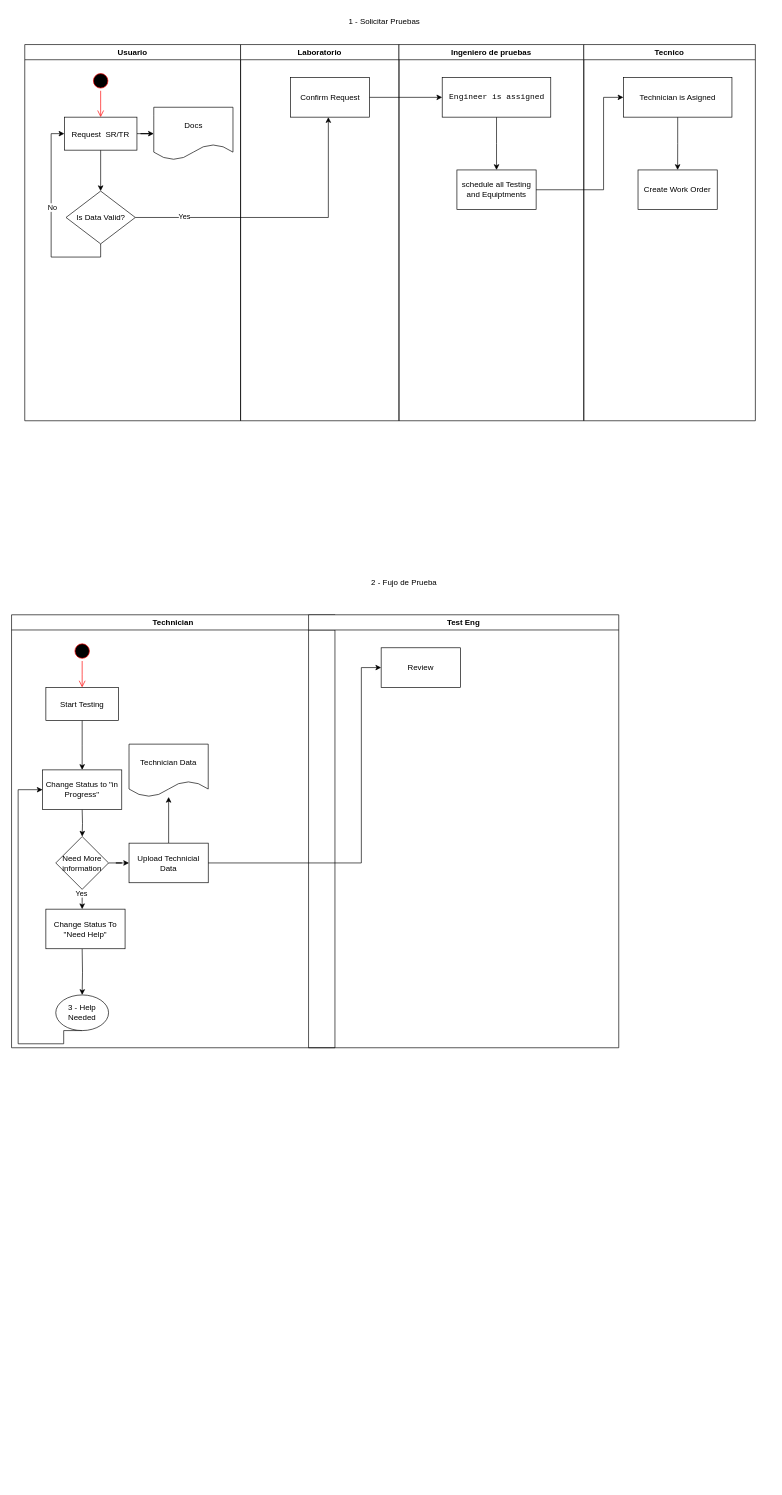
This is RelabTestPortal.drawio from byok22/Relab, a draw.io file, before an edit. Source tidied: cells renumbered, new cells numbered last; positions are measured from the earlier drawing's top-left corner, leaving out a move shared by most shapes. Both pictures are drawn from the tidied source at 66%, with x=0, y=0 at pixel (11, 11).
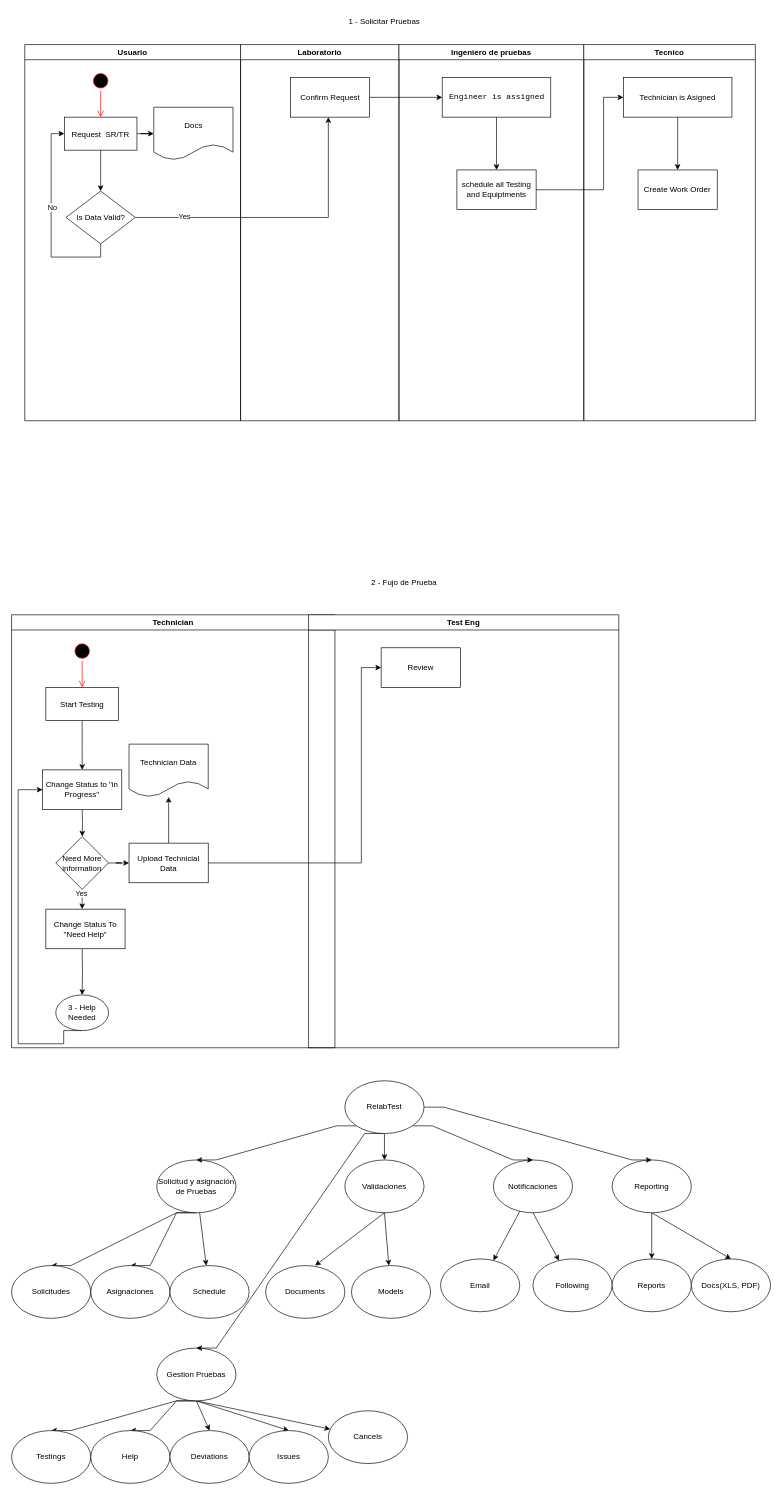
After the change.

What changed in the source:
```diff
@@
+    <mxCell id="49" style="edgeStyle=entityRelationEdgeStyle;rounded=0;jettySize=auto;html=1;exitX=0.5;exitY=1;exitDx=0;exitDy=0;entryX=0.5;entryY=0;entryDx=0;entryDy=0;" parent="1" edge="1" source="52" target="71">
+      <mxGeometry relative="1" as="geometry" />
+    </mxCell>
+    <mxCell id="50" style="edgeStyle=entityRelationEdgeStyle;rounded=0;jettySize=auto;html=1;exitX=0.5;exitY=1;exitDx=0;exitDy=0;entryX=0.5;entryY=0;entryDx=0;entryDy=0;" parent="1" edge="1" source="52" target="72">
+      <mxGeometry relative="1" as="geometry" />
+    </mxCell>
+    <mxCell id="51" style="edgeStyle=none;rounded=0;jettySize=auto;html=1;" parent="1" edge="1" source="52" target="77">
+      <mxGeometry relative="1" as="geometry" />
+    </mxCell>
+    <mxCell id="52" value="&lt;div&gt;Solicitud y asignación de Pruebas&lt;/div&gt;" style="ellipse;whiteSpace=wrap;html=1;" parent="1" vertex="1">
+      <mxGeometry x="220" y="1740" width="120" height="80" as="geometry" />
+    </mxCell>
+    <mxCell id="53" style="edgeStyle=none;rounded=0;jettySize=auto;html=1;" parent="1" edge="1" source="55" target="83">
+      <mxGeometry relative="1" as="geometry" />
+    </mxCell>
+    <mxCell id="54" style="edgeStyle=none;rounded=0;jettySize=auto;html=1;exitX=0.5;exitY=1;exitDx=0;exitDy=0;" parent="1" edge="1" source="55" target="84">
+      <mxGeometry relative="1" as="geometry" />
+    </mxCell>
+    <mxCell id="55" value="&lt;div&gt;Notificaciones&lt;/div&gt;" style="ellipse;whiteSpace=wrap;html=1;" parent="1" vertex="1">
+      <mxGeometry x="730" y="1740" width="120" height="80" as="geometry" />
+    </mxCell>
+    <mxCell id="56" style="edgeStyle=none;rounded=0;jettySize=auto;html=1;exitX=0.5;exitY=1;exitDx=0;exitDy=0;" parent="1" edge="1" source="58" target="86">
+      <mxGeometry relative="1" as="geometry" />
+    </mxCell>
+    <mxCell id="57" style="edgeStyle=none;rounded=0;jettySize=auto;html=1;exitX=0.5;exitY=1;exitDx=0;exitDy=0;entryX=0.5;entryY=0;entryDx=0;entryDy=0;" parent="1" edge="1" source="58" target="87">
+      <mxGeometry relative="1" as="geometry" />
+    </mxCell>
+    <mxCell id="58" value="Reporting" style="ellipse;whiteSpace=wrap;html=1;" parent="1" vertex="1">
+      <mxGeometry x="910" y="1740" width="120" height="80" as="geometry" />
+    </mxCell>
+    <mxCell id="59" style="edgeStyle=entityRelationEdgeStyle;rounded=0;jettySize=auto;html=1;exitX=0.5;exitY=1;exitDx=0;exitDy=0;entryX=0.5;entryY=0;entryDx=0;entryDy=0;" parent="1" edge="1" source="64" target="73">
+      <mxGeometry relative="1" as="geometry" />
+    </mxCell>
+    <mxCell id="60" style="edgeStyle=entityRelationEdgeStyle;rounded=0;jettySize=auto;html=1;exitX=0.5;exitY=1;exitDx=0;exitDy=0;entryX=0.5;entryY=0;entryDx=0;entryDy=0;" parent="1" edge="1" source="64" target="74">
+      <mxGeometry relative="1" as="geometry" />
+    </mxCell>
+    <mxCell id="61" style="edgeStyle=none;rounded=0;jettySize=auto;html=1;exitX=0.5;exitY=1;exitDx=0;exitDy=0;entryX=0.5;entryY=0;entryDx=0;entryDy=0;" parent="1" edge="1" source="64" target="78">
+      <mxGeometry relative="1" as="geometry" />
+    </mxCell>
+    <mxCell id="62" style="edgeStyle=none;rounded=0;jettySize=auto;html=1;exitX=0.5;exitY=1;exitDx=0;exitDy=0;entryX=0.5;entryY=0;entryDx=0;entryDy=0;" parent="1" edge="1" source="64" target="79">
+      <mxGeometry relative="1" as="geometry" />
+    </mxCell>
+    <mxCell id="63" style="edgeStyle=none;rounded=0;jettySize=auto;html=1;exitX=0.5;exitY=1;exitDx=0;exitDy=0;" parent="1" edge="1" source="64" target="85">
+      <mxGeometry relative="1" as="geometry" />
+    </mxCell>
+    <mxCell id="64" value="Gestion Pruebas" style="ellipse;whiteSpace=wrap;html=1;" parent="1" vertex="1">
+      <mxGeometry x="220" y="2025" width="120" height="80" as="geometry" />
+    </mxCell>
+    <mxCell id="65" style="edgeStyle=entityRelationEdgeStyle;rounded=0;jettySize=auto;html=1;exitX=0;exitY=1;exitDx=0;exitDy=0;entryX=0.5;entryY=0;entryDx=0;entryDy=0;" parent="1" edge="1" source="70" target="52">
+      <mxGeometry relative="1" as="geometry" />
+    </mxCell>
+    <mxCell id="66" style="edgeStyle=entityRelationEdgeStyle;rounded=0;jettySize=auto;html=1;exitX=0.5;exitY=1;exitDx=0;exitDy=0;entryX=0.5;entryY=0;entryDx=0;entryDy=0;" parent="1" edge="1" source="70" target="64">
+      <mxGeometry relative="1" as="geometry" />
+    </mxCell>
+    <mxCell id="67" style="edgeStyle=entityRelationEdgeStyle;rounded=0;jettySize=auto;html=1;exitX=1;exitY=1;exitDx=0;exitDy=0;entryX=0.5;entryY=0;entryDx=0;entryDy=0;" parent="1" edge="1" source="70" target="55">
+      <mxGeometry relative="1" as="geometry">
+        <Array as="points">
+          <mxPoint x="640" y="1770" />
+          <mxPoint x="640" y="1770" />
+          <mxPoint x="660" y="1770" />
+        </Array>
+      </mxGeometry>
+    </mxCell>
+    <mxCell id="68" style="edgeStyle=entityRelationEdgeStyle;rounded=0;jettySize=auto;html=1;exitX=1;exitY=0.5;exitDx=0;exitDy=0;entryX=0.5;entryY=0;entryDx=0;entryDy=0;" parent="1" edge="1" source="70" target="58">
+      <mxGeometry relative="1" as="geometry" />
+    </mxCell>
+    <mxCell id="69" style="edgeStyle=none;rounded=0;jettySize=auto;html=1;exitX=0.5;exitY=1;exitDx=0;exitDy=0;" parent="1" edge="1" source="70" target="76">
+      <mxGeometry relative="1" as="geometry" />
+    </mxCell>
+    <mxCell id="70" value="RelabTest" style="ellipse;whiteSpace=wrap;html=1;" parent="1" vertex="1">
+      <mxGeometry x="505" y="1620" width="120" height="80" as="geometry" />
+    </mxCell>
+    <mxCell id="71" value="Solicitudes" style="ellipse;whiteSpace=wrap;html=1;" parent="1" vertex="1">
+      <mxGeometry y="1900" width="120" height="80" as="geometry" />
+    </mxCell>
+    <mxCell id="72" value="Asignaciones" style="ellipse;whiteSpace=wrap;html=1;" parent="1" vertex="1">
+      <mxGeometry x="120" y="1900" width="120" height="80" as="geometry" />
+    </mxCell>
+    <mxCell id="73" value="Testings" style="ellipse;whiteSpace=wrap;html=1;" parent="1" vertex="1">
+      <mxGeometry y="2150" width="120" height="80" as="geometry" />
+    </mxCell>
+    <mxCell id="74" value="Help " style="ellipse;whiteSpace=wrap;html=1;" parent="1" vertex="1">
+      <mxGeometry x="120" y="2150" width="120" height="80" as="geometry" />
+    </mxCell>
+    <mxCell id="75" style="edgeStyle=none;rounded=0;jettySize=auto;html=1;exitX=0.5;exitY=1;exitDx=0;exitDy=0;" parent="1" edge="1" source="76" target="82">
+      <mxGeometry relative="1" as="geometry" />
+    </mxCell>
+    <mxCell id="76" value="Validaciones " style="ellipse;whiteSpace=wrap;html=1;" parent="1" vertex="1">
+      <mxGeometry x="505" y="1740" width="120" height="80" as="geometry" />
+    </mxCell>
+    <mxCell id="77" value="Schedule" style="ellipse;whiteSpace=wrap;html=1;" parent="1" vertex="1">
+      <mxGeometry x="240" y="1900" width="120" height="80" as="geometry" />
+    </mxCell>
+    <mxCell id="78" value="Deviations" style="ellipse;whiteSpace=wrap;html=1;" parent="1" vertex="1">
+      <mxGeometry x="240" y="2150" width="120" height="80" as="geometry" />
+    </mxCell>
+    <mxCell id="79" value="Issues" style="ellipse;whiteSpace=wrap;html=1;" parent="1" vertex="1">
+      <mxGeometry x="360" y="2150" width="120" height="80" as="geometry" />
+    </mxCell>
+    <mxCell id="80" value="Documents" style="ellipse;whiteSpace=wrap;html=1;" parent="1" vertex="1">
+      <mxGeometry x="385" y="1900" width="120" height="80" as="geometry" />
+    </mxCell>
+    <mxCell id="81" style="edgeStyle=none;rounded=0;jettySize=auto;html=1;exitX=0.5;exitY=1;exitDx=0;exitDy=0;entryX=0.625;entryY=0;entryDx=0;entryDy=0;entryPerimeter=0;" parent="1" edge="1" source="76" target="80">
+      <mxGeometry relative="1" as="geometry" />
+    </mxCell>
+    <mxCell id="82" value="Models" style="ellipse;whiteSpace=wrap;html=1;" parent="1" vertex="1">
+      <mxGeometry x="515" y="1900" width="120" height="80" as="geometry" />
+    </mxCell>
+    <mxCell id="83" value="Email" style="ellipse;whiteSpace=wrap;html=1;" parent="1" vertex="1">
+      <mxGeometry x="650" y="1890" width="120" height="80" as="geometry" />
+    </mxCell>
+    <mxCell id="84" value="Following" style="ellipse;whiteSpace=wrap;html=1;" parent="1" vertex="1">
+      <mxGeometry x="790" y="1890" width="120" height="80" as="geometry" />
+    </mxCell>
+    <mxCell id="85" value="Cancels" style="ellipse;whiteSpace=wrap;html=1;" parent="1" vertex="1">
+      <mxGeometry x="480" y="2120" width="120" height="80" as="geometry" />
+    </mxCell>
+    <mxCell id="86" value="Reports" style="ellipse;whiteSpace=wrap;html=1;" parent="1" vertex="1">
+      <mxGeometry x="910" y="1890" width="120" height="80" as="geometry" />
+    </mxCell>
+    <mxCell id="87" value="Docs(XLS, PDF)" style="ellipse;whiteSpace=wrap;html=1;" parent="1" vertex="1">
+      <mxGeometry x="1030" y="1890" width="120" height="80" as="geometry" />
+    </mxCell>
```
